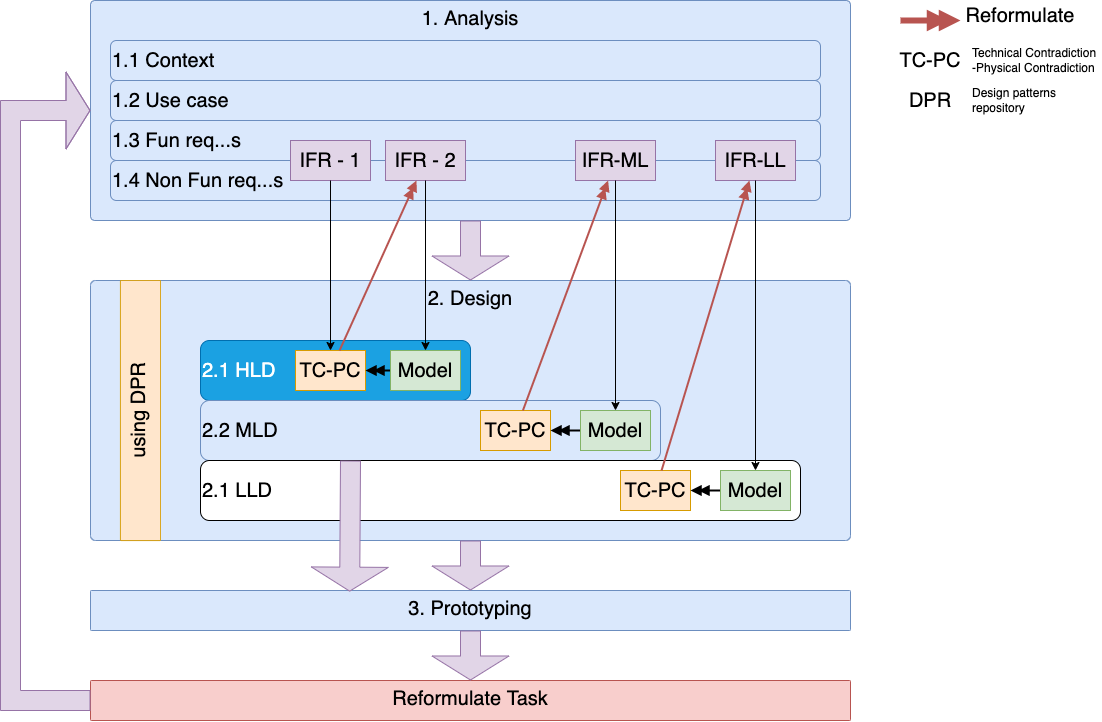
Before: AI_Neurotechnologies_bla_bla_bla_course/Innovation_methodology-TRIZ_LS.png, a diagram exported from draw.io (max-talanov/1). Source tidied: cells renumbered, new cells last; positions are measured from the earlier drawing's top-left corner, leaving out a move shared by most shapes.
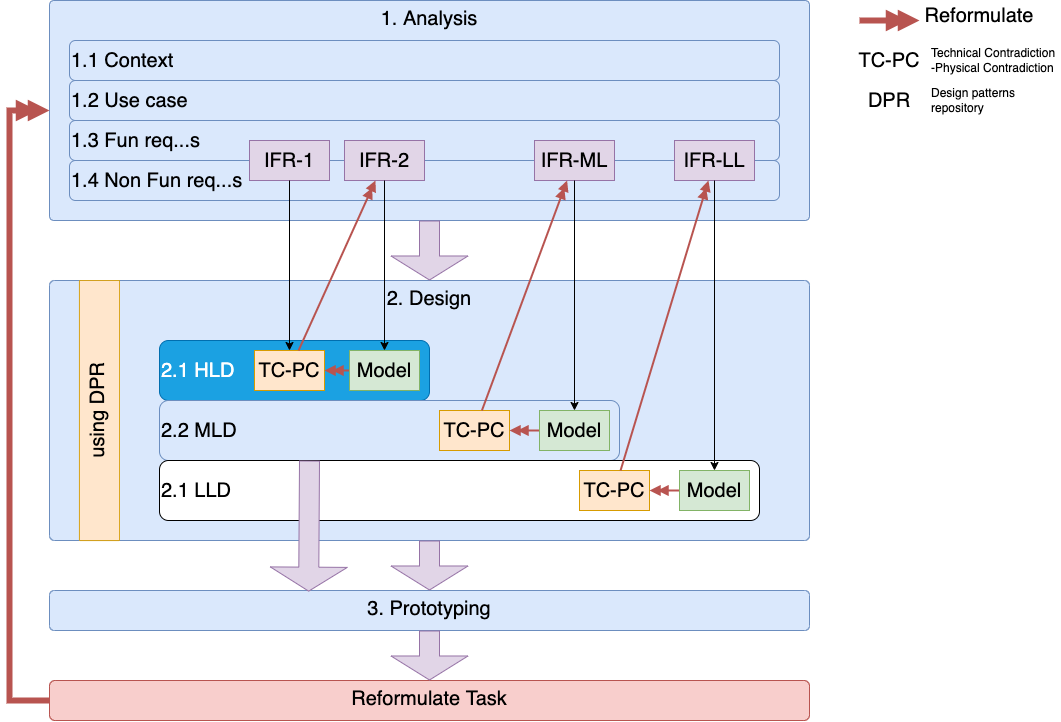
The same file after the commit.

Commit message:
IM: corrected reformulate arrows

The edit, as a diff of the source:
```diff
@@ -23,13 +23,13 @@
     <mxCell id="8" value="2.1 HLD" style="rounded=1;whiteSpace=wrap;html=1;fillColor=#1ba1e2;strokeColor=#006EAF;fontSize=20;align=left;fontColor=#ffffff;" parent="1" vertex="1">
       <mxGeometry x="190" y="340" width="270" height="60" as="geometry" />
     </mxCell>
-    <mxCell id="9" value="3. Prototyping" style="rounded=1;whiteSpace=wrap;html=1;fillColor=#dae8fc;strokeColor=#6c8ebf;fontSize=20;arcSize=2;horizontal=1;verticalAlign=top;" parent="1" vertex="1">
+    <mxCell id="9" value="3. Prototyping" style="rounded=1;whiteSpace=wrap;html=1;fillColor=#dae8fc;strokeColor=#6c8ebf;fontSize=20;arcSize=12;horizontal=1;verticalAlign=top;" parent="1" vertex="1">
       <mxGeometry x="80" y="590" width="760" height="40" as="geometry" />
     </mxCell>
-    <mxCell id="10" value="IFR - 1" style="rounded=1;whiteSpace=wrap;html=1;fillColor=#e1d5e7;strokeColor=#9673a6;fontSize=20;arcSize=0;" parent="1" vertex="1">
+    <mxCell id="10" value="IFR-1" style="rounded=1;whiteSpace=wrap;html=1;fillColor=#e1d5e7;strokeColor=#9673a6;fontSize=20;arcSize=0;" parent="1" vertex="1">
       <mxGeometry x="280" y="140" width="80" height="40" as="geometry" />
     </mxCell>
-    <mxCell id="11" value="IFR - 2" style="rounded=1;whiteSpace=wrap;html=1;fillColor=#e1d5e7;strokeColor=#9673a6;fontSize=20;arcSize=0;" parent="1" vertex="1">
+    <mxCell id="11" value="IFR-2" style="rounded=1;whiteSpace=wrap;html=1;fillColor=#e1d5e7;strokeColor=#9673a6;fontSize=20;arcSize=0;" parent="1" vertex="1">
       <mxGeometry x="375" y="140" width="80" height="40" as="geometry" />
     </mxCell>
     <mxCell id="12" value="using DPR" style="rounded=1;whiteSpace=wrap;html=1;fillColor=#ffe6cc;strokeColor=#d79b00;fontSize=20;arcSize=2;horizontal=0;verticalAlign=top;" parent="1" vertex="1">
@@ -41,7 +41,7 @@
     <mxCell id="14" style="edgeStyle=none;rounded=0;jettySize=auto;html=1;fontSize=15;fontColor=#6666FF;" parent="1" edge="1" source="10" target="13">
       <mxGeometry relative="1" as="geometry" />
     </mxCell>
-    <mxCell id="15" style="edgeStyle=none;curved=1;jettySize=auto;html=1;fontSize=12;endArrow=doubleBlock;endFill=1;strokeWidth=2;" parent="1" edge="1" source="16" target="13">
+    <mxCell id="15" style="edgeStyle=none;curved=1;jettySize=auto;html=1;fontSize=12;endArrow=doubleBlock;endFill=1;strokeWidth=2;fillColor=#f8cecc;strokeColor=#b85450;" parent="1" edge="1" source="16" target="13">
       <mxGeometry relative="1" as="geometry" />
     </mxCell>
     <mxCell id="16" value="Model" style="rounded=1;whiteSpace=wrap;html=1;fillColor=#d5e8d4;strokeColor=#82b366;fontSize=20;arcSize=0;" parent="1" vertex="1">
@@ -50,7 +50,7 @@
     <mxCell id="17" style="edgeStyle=none;rounded=0;jettySize=auto;html=1;fontSize=15;fontColor=#6666FF;" parent="1" edge="1" source="11" target="16">
       <mxGeometry relative="1" as="geometry" />
     </mxCell>
-    <mxCell id="18" value="Reformulate Task" style="rounded=1;whiteSpace=wrap;html=1;fillColor=#f8cecc;strokeColor=#b85450;fontSize=20;arcSize=2;horizontal=1;verticalAlign=top;" parent="1" vertex="1">
+    <mxCell id="18" value="Reformulate Task" style="rounded=1;whiteSpace=wrap;html=1;fillColor=#f8cecc;strokeColor=#b85450;fontSize=20;arcSize=14;horizontal=1;verticalAlign=top;" parent="1" vertex="1">
       <mxGeometry x="80" y="680" width="760" height="40" as="geometry" />
     </mxCell>
     <mxCell id="19" value="IFR-ML" style="rounded=1;whiteSpace=wrap;html=1;fillColor=#e1d5e7;strokeColor=#9673a6;fontSize=20;arcSize=0;" parent="1" vertex="1">
@@ -77,7 +77,7 @@
     <mxCell id="26" value="TC-PC" style="rounded=1;whiteSpace=wrap;html=1;fillColor=#ffe6cc;strokeColor=#d79b00;fontSize=20;arcSize=0;" parent="1" vertex="1">
       <mxGeometry x="470" y="410" width="70" height="40" as="geometry" />
     </mxCell>
-    <mxCell id="27" style="edgeStyle=none;rounded=0;jettySize=auto;html=1;endArrow=doubleBlock;endFill=1;startArrow=none;exitX=0;exitY=0.5;exitDx=0;exitDy=0;strokeWidth=2;" parent="1" edge="1" source="34" target="26">
+    <mxCell id="27" style="edgeStyle=none;rounded=0;jettySize=auto;html=1;endArrow=doubleBlock;endFill=1;startArrow=none;exitX=0;exitY=0.5;exitDx=0;exitDy=0;strokeWidth=2;fillColor=#f8cecc;strokeColor=#b85450;" parent="1" edge="1" source="34" target="26">
       <mxGeometry relative="1" as="geometry" />
     </mxCell>
     <mxCell id="28" style="edgeStyle=none;rounded=0;jettySize=auto;html=1;endArrow=doubleBlock;endFill=1;strokeWidth=2;fillColor=#f8cecc;strokeColor=#b85450;" parent="1" edge="1" source="26" target="19">
@@ -86,7 +86,7 @@
     <mxCell id="29" value="TC-PC" style="rounded=1;whiteSpace=wrap;html=1;fillColor=#ffe6cc;strokeColor=#d79b00;fontSize=20;arcSize=0;" parent="1" vertex="1">
       <mxGeometry x="610" y="470" width="70" height="40" as="geometry" />
     </mxCell>
-    <mxCell id="30" style="edgeStyle=none;rounded=0;jettySize=auto;html=1;endArrow=doubleBlock;endFill=1;startArrow=none;strokeWidth=2;" parent="1" edge="1" source="35" target="29">
+    <mxCell id="30" style="edgeStyle=none;rounded=0;jettySize=auto;html=1;endArrow=doubleBlock;endFill=1;startArrow=none;strokeWidth=2;fillColor=#f8cecc;strokeColor=#b85450;" parent="1" edge="1" source="35" target="29">
       <mxGeometry relative="1" as="geometry" />
     </mxCell>
     <mxCell id="31" style="edgeStyle=none;rounded=0;jettySize=auto;html=1;endArrow=doubleBlock;endFill=1;strokeWidth=2;fillColor=#f8cecc;strokeColor=#b85450;" parent="1" edge="1" source="29" target="20">
@@ -110,20 +110,20 @@
     <mxCell id="37" style="shape=flexArrow;endArrow=classic;html=1;rounded=0;endWidth=56;endSize=7.67;width=20;fillColor=#e1d5e7;strokeColor=#9673a6;exitX=0.5;exitY=1;exitDx=0;exitDy=0;" parent="1" edge="1" source="2" target="7">
       <mxGeometry relative="1" as="geometry" />
     </mxCell>
+    <mxCell id="39" style="edgeStyle=none;rounded=0;orthogonalLoop=1;jettySize=auto;html=1;endArrow=doubleBlock;endFill=1;strokeWidth=6;fontSize=16;fillColor=#f8cecc;strokeColor=#b85450;" parent="1" edge="1">
+      <mxGeometry relative="1" as="geometry">
+        <mxPoint x="890" y="20" as="sourcePoint" />
+        <mxPoint x="950" y="20" as="targetPoint" />
+      </mxGeometry>
+    </mxCell>
-    <mxCell id="38" style="shape=flexArrow;endArrow=classic;html=1;rounded=0;endWidth=56;endSize=7.67;width=20;fillColor=#e1d5e7;strokeColor=#9673a6;entryX=0;entryY=0.5;entryDx=0;entryDy=0;exitX=0;exitY=0.5;exitDx=0;exitDy=0;" parent="1" edge="1" source="18" target="2">
+    <mxCell id="38" style="edgeStyle=none;rounded=0;jettySize=auto;html=1;endArrow=doubleBlock;endFill=1;strokeWidth=6;fontSize=16;fillColor=#f8cecc;strokeColor=#b85450;exitX=0;exitY=0.5;exitDx=0;exitDy=0;entryX=0;entryY=0.5;entryDx=0;entryDy=0;" parent="1" edge="1" source="18" target="2">
       <mxGeometry relative="1" as="geometry">
         <Array as="points">
-          <mxPoint y="700" />
-          <mxPoint y="110" />
+          <mxPoint x="40" y="700" />
+          <mxPoint x="40" y="110" />
         </Array>
       </mxGeometry>
     </mxCell>
-    <mxCell id="39" style="edgeStyle=none;rounded=0;orthogonalLoop=1;jettySize=auto;html=1;endArrow=doubleBlock;endFill=1;strokeWidth=6;fontSize=16;fillColor=#f8cecc;strokeColor=#b85450;" parent="1" edge="1">
-      <mxGeometry relative="1" as="geometry">
-        <mxPoint x="890" y="20" as="sourcePoint" />
-        <mxPoint x="950" y="20" as="targetPoint" />
-      </mxGeometry>
-    </mxCell>
     <mxCell id="40" value="legend" parent="0" />
     <mxCell id="41" value="TC-PC" style="text;html=1;strokeColor=none;fillColor=none;align=center;verticalAlign=middle;whiteSpace=wrap;rounded=0;fontSize=20;" parent="40" vertex="1">
       <mxGeometry x="880" y="45" width="80" height="30" as="geometry" />
```
